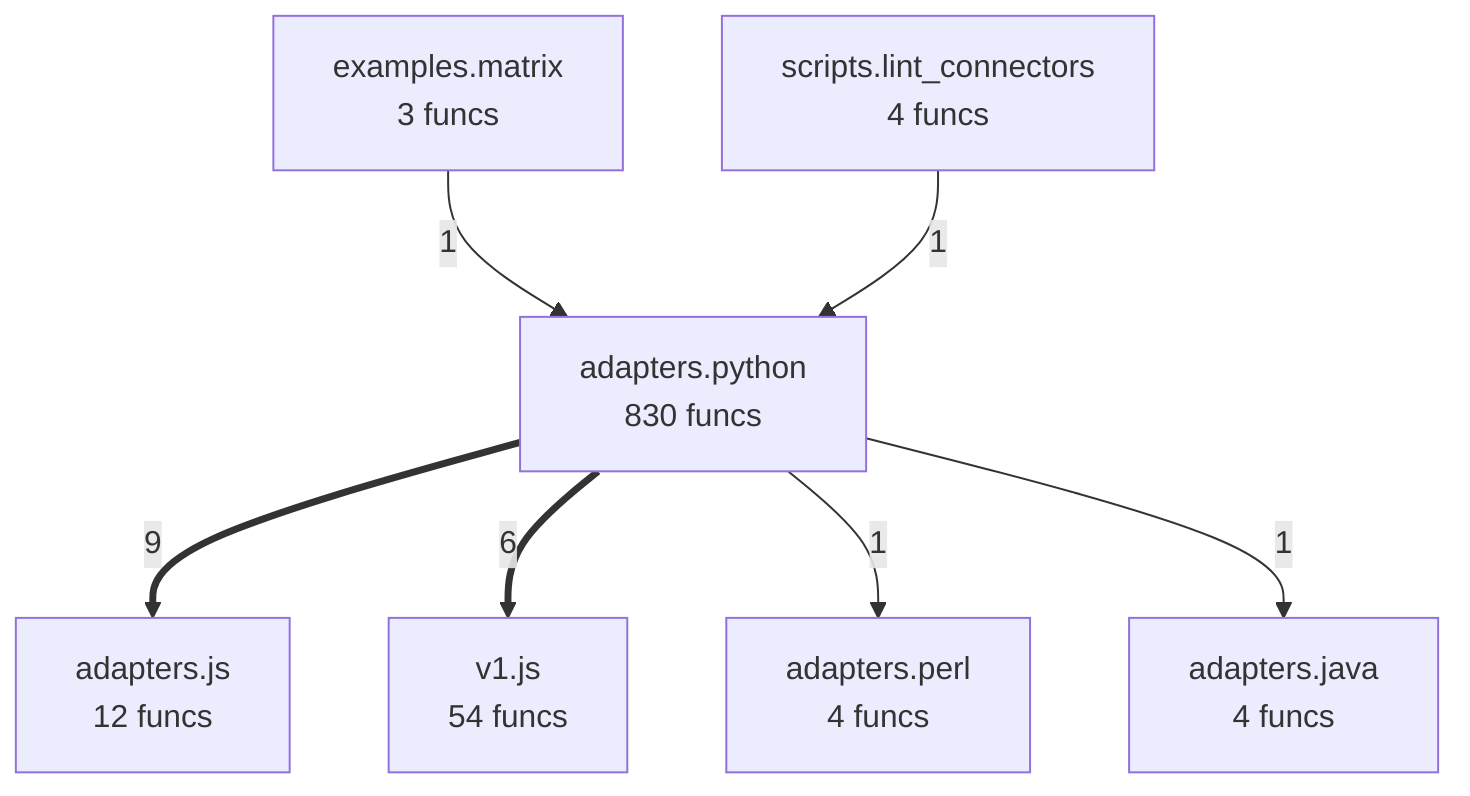
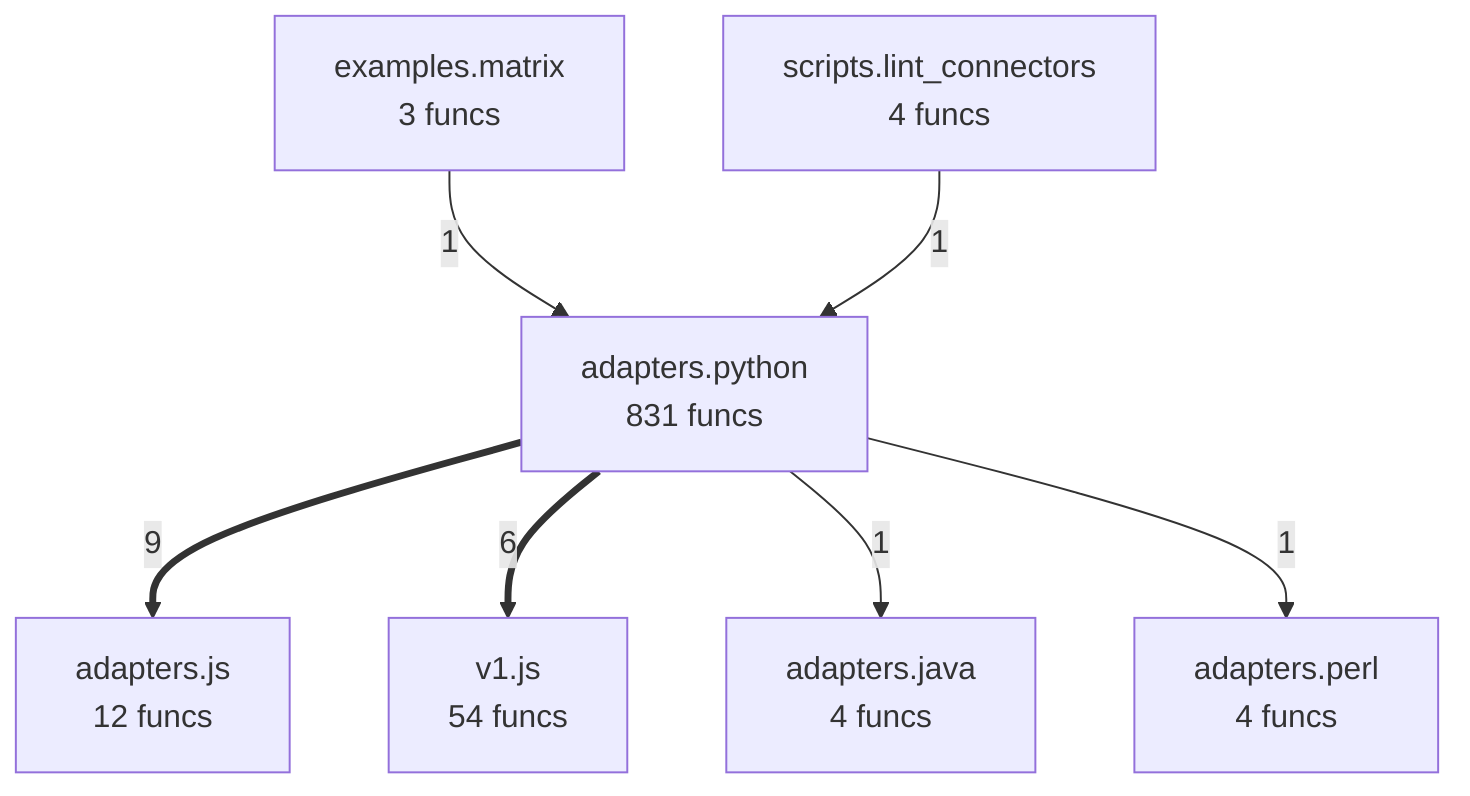
flowchart TD
%% generated in 0.02s
    adapters__java["adapters.java<br/>4 funcs"]
    adapters__js["adapters.js<br/>12 funcs"]
    adapters__perl["adapters.perl<br/>4 funcs"]
-     adapters__python["adapters.python<br/>830 funcs"]
+     adapters__python["adapters.python<br/>831 funcs"]
    examples__matrix["examples.matrix<br/>3 funcs"]
    scripts__lint_connectors["scripts.lint_connectors<br/>4 funcs"]
    v1__js["v1.js<br/>54 funcs"]
    adapters__python ==>|9| adapters__js
    adapters__python ==>|6| v1__js
    examples__matrix -->|1| adapters__python
    scripts__lint_connectors -->|1| adapters__python
+     adapters__python -->|1| adapters__java
    adapters__python -->|1| adapters__perl
-     adapters__python -->|1| adapters__java
